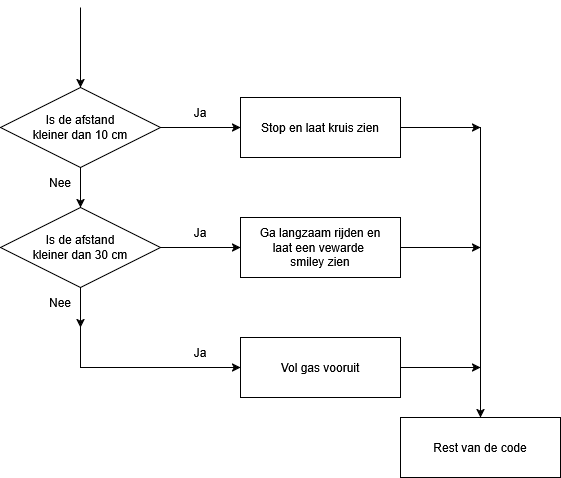
JoostvanTiel/NLT-Robotica-HAVO keeps this draw.io diagram as img/h4.2.png. Above is the earlier version. Source tidied: cells renumbered, new cells last; positions are measured from the earlier drawing's top-left corner, leaving out a move shared by most shapes.
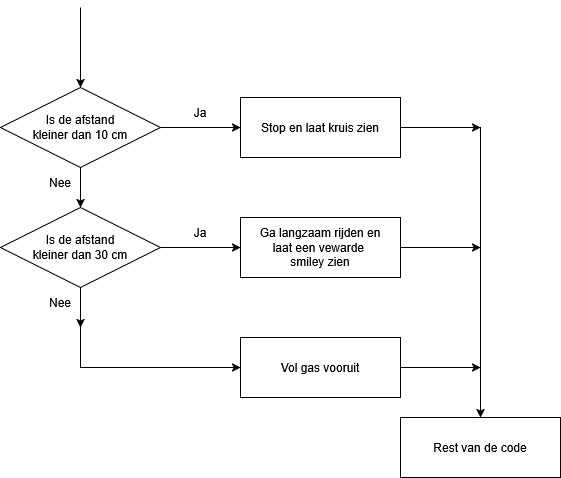
Above is the later version.

Commit message:
Afbeeldingen weer toegevoegd

The edit, as a diff of the source:
```diff
@@ -79,9 +79,6 @@
     <mxCell id="20" value="&lt;div&gt;Ja&lt;/div&gt;" style="text;html=1;whiteSpace=wrap;strokeColor=none;fillColor=none;align=center;verticalAlign=middle;rounded=0;" parent="1" vertex="1">
       <mxGeometry x="160" y="210" width="80" height="30" as="geometry" />
     </mxCell>
-    <mxCell id="21" value="&lt;div&gt;Ja&lt;/div&gt;" style="text;html=1;whiteSpace=wrap;strokeColor=none;fillColor=none;align=center;verticalAlign=middle;rounded=0;" parent="1" vertex="1">
-      <mxGeometry x="160" y="330" width="80" height="30" as="geometry" />
-    </mxCell>
     <mxCell id="22" value="Nee" style="text;html=1;whiteSpace=wrap;strokeColor=none;fillColor=none;align=center;verticalAlign=middle;rounded=0;" parent="1" vertex="1">
       <mxGeometry x="20" y="160" width="80" height="30" as="geometry" />
     </mxCell>
```
